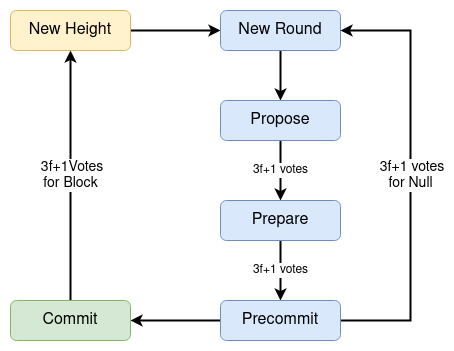
Above: docs/assets/images/zarb-consensus.png in pactus-project/pactus.org (draw.io), before the change. Source tidied: cells renumbered, new cells last; positions are measured from the earlier drawing's top-left corner, leaving out a move shared by most shapes. Source of this version:
```xml
<mxGraphModel>
  <root>
    <mxCell id="0" />
    <mxCell id="1" parent="0" />
    <mxCell id="2" style="edgeStyle=orthogonalEdgeStyle;rounded=0;jettySize=auto;html=1;exitX=1;exitY=0.5;exitDx=0;exitDy=0;entryX=0;entryY=0.5;entryDx=0;entryDy=0;strokeWidth=2;" parent="1" edge="1" source="3" target="5">
      <mxGeometry relative="1" as="geometry" />
    </mxCell>
    <mxCell id="3" value="&lt;font style=&quot;font-size: 16px&quot;&gt;New Height&lt;/font&gt;" style="rounded=1;whiteSpace=wrap;html=1;fillColor=#fff2cc;strokeColor=#d6b656;" parent="1" vertex="1">
      <mxGeometry width="120" height="40" as="geometry" />
    </mxCell>
    <mxCell id="4" style="edgeStyle=orthogonalEdgeStyle;rounded=0;jettySize=auto;html=1;strokeWidth=2;" parent="1" edge="1" source="5" target="7">
      <mxGeometry relative="1" as="geometry" />
    </mxCell>
    <mxCell id="5" value="&lt;font style=&quot;font-size: 16px&quot;&gt;New Round&lt;/font&gt;" style="rounded=1;whiteSpace=wrap;html=1;fillColor=#dae8fc;strokeColor=#6c8ebf;" parent="1" vertex="1">
      <mxGeometry x="210" width="120" height="40" as="geometry" />
    </mxCell>
    <mxCell id="6" value="&lt;font style=&quot;font-size: 12px&quot;&gt;3f+1 votes&lt;/font&gt;" style="edgeStyle=orthogonalEdgeStyle;rounded=0;jettySize=auto;html=1;strokeWidth=2;" parent="1" edge="1" source="7" target="9">
      <mxGeometry relative="1" as="geometry" />
    </mxCell>
    <mxCell id="7" value="&lt;font style=&quot;font-size: 16px&quot;&gt;Propose&lt;br&gt;&lt;/font&gt;" style="rounded=1;whiteSpace=wrap;html=1;fillColor=#dae8fc;strokeColor=#6c8ebf;" parent="1" vertex="1">
      <mxGeometry x="210" y="90" width="120" height="40" as="geometry" />
    </mxCell>
    <mxCell id="8" value="&lt;font style=&quot;font-size: 12px&quot;&gt;3f+1 votes&lt;/font&gt;" style="edgeStyle=orthogonalEdgeStyle;rounded=0;jettySize=auto;html=1;strokeWidth=2;" parent="1" edge="1" source="9" target="12">
      <mxGeometry relative="1" as="geometry" />
    </mxCell>
    <mxCell id="9" value="&lt;font style=&quot;font-size: 16px&quot;&gt;Prepare&lt;/font&gt;" style="rounded=1;whiteSpace=wrap;html=1;fillColor=#dae8fc;strokeColor=#6c8ebf;" parent="1" vertex="1">
      <mxGeometry x="210" y="190" width="120" height="40" as="geometry" />
    </mxCell>
    <mxCell id="10" style="edgeStyle=orthogonalEdgeStyle;rounded=0;jettySize=auto;html=1;strokeWidth=2;" parent="1" edge="1" source="12" target="14">
      <mxGeometry relative="1" as="geometry" />
    </mxCell>
    <mxCell id="11" value="&lt;div&gt;&amp;nbsp;&lt;font style=&quot;font-size: 14px&quot;&gt;3f+1 votes &lt;br&gt;&lt;/font&gt;&lt;/div&gt;&lt;div&gt;&lt;font style=&quot;font-size: 14px&quot;&gt;for Null&lt;br&gt;&lt;/font&gt;&lt;/div&gt;" style="edgeStyle=orthogonalEdgeStyle;rounded=0;jettySize=auto;html=1;exitX=1;exitY=0.5;exitDx=0;exitDy=0;entryX=1;entryY=0.5;entryDx=0;entryDy=0;strokeWidth=2;" parent="1" edge="1" source="12" target="5">
      <mxGeometry relative="1" as="geometry">
        <Array as="points">
          <mxPoint x="400" y="310" />
          <mxPoint x="400" y="20" />
        </Array>
      </mxGeometry>
    </mxCell>
    <mxCell id="12" value="&lt;div&gt;&lt;font style=&quot;font-size: 16px&quot;&gt;Precommit&lt;/font&gt;&lt;/div&gt;" style="rounded=1;whiteSpace=wrap;html=1;fillColor=#dae8fc;strokeColor=#6c8ebf;" parent="1" vertex="1">
      <mxGeometry x="210" y="290" width="120" height="40" as="geometry" />
    </mxCell>
    <mxCell id="13" value="&lt;div&gt;&amp;nbsp;&lt;font style=&quot;font-size: 14px&quot;&gt;3f+1Votes &lt;br&gt;&lt;/font&gt;&lt;/div&gt;&lt;div&gt;&lt;font style=&quot;font-size: 14px&quot;&gt;for Block &lt;/font&gt;&lt;/div&gt;" style="edgeStyle=orthogonalEdgeStyle;rounded=0;jettySize=auto;html=1;entryX=0.5;entryY=1;entryDx=0;entryDy=0;strokeWidth=2;exitX=0.5;exitY=0;exitDx=0;exitDy=0;" parent="1" edge="1" source="14" target="3">
      <mxGeometry relative="1" as="geometry" />
    </mxCell>
    <mxCell id="14" value="&lt;div&gt;&lt;font style=&quot;font-size: 16px&quot;&gt;Commit&lt;/font&gt;&lt;/div&gt;" style="rounded=1;whiteSpace=wrap;html=1;fillColor=#d5e8d4;strokeColor=#82b366;" parent="1" vertex="1">
      <mxGeometry y="290" width="120" height="40" as="geometry" />
    </mxCell>
  </root>
</mxGraphModel>
```
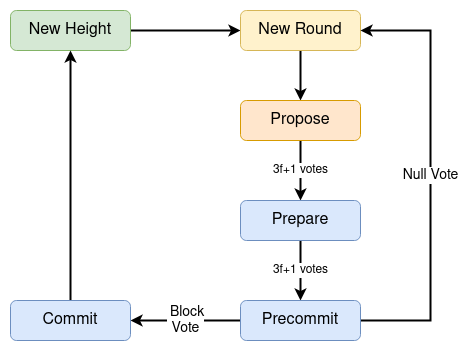
The same diagram one commit later.

What changed in the source:
```diff
@@ -5,19 +5,19 @@
     <mxCell id="2" style="edgeStyle=orthogonalEdgeStyle;rounded=0;jettySize=auto;html=1;exitX=1;exitY=0.5;exitDx=0;exitDy=0;entryX=0;entryY=0.5;entryDx=0;entryDy=0;strokeWidth=2;" parent="1" edge="1" source="3" target="5">
       <mxGeometry relative="1" as="geometry" />
     </mxCell>
-    <mxCell id="3" value="&lt;font style=&quot;font-size: 16px&quot;&gt;New Height&lt;/font&gt;" style="rounded=1;whiteSpace=wrap;html=1;fillColor=#fff2cc;strokeColor=#d6b656;" parent="1" vertex="1">
-      <mxGeometry width="120" height="40" as="geometry" />
+    <mxCell id="3" value="&lt;font style=&quot;font-size: 16px&quot;&gt;New Height&lt;/font&gt;" style="rounded=1;whiteSpace=wrap;html=1;fillColor=#d5e8d4;strokeColor=#82b366;" parent="1" vertex="1">
+      <mxGeometry x="-20" width="120" height="40" as="geometry" />
     </mxCell>
     <mxCell id="4" style="edgeStyle=orthogonalEdgeStyle;rounded=0;jettySize=auto;html=1;strokeWidth=2;" parent="1" edge="1" source="5" target="7">
       <mxGeometry relative="1" as="geometry" />
     </mxCell>
-    <mxCell id="5" value="&lt;font style=&quot;font-size: 16px&quot;&gt;New Round&lt;/font&gt;" style="rounded=1;whiteSpace=wrap;html=1;fillColor=#dae8fc;strokeColor=#6c8ebf;" parent="1" vertex="1">
+    <mxCell id="5" value="&lt;font style=&quot;font-size: 16px&quot;&gt;New Round&lt;/font&gt;" style="rounded=1;whiteSpace=wrap;html=1;fillColor=#fff2cc;strokeColor=#d6b656;" parent="1" vertex="1">
       <mxGeometry x="210" width="120" height="40" as="geometry" />
     </mxCell>
     <mxCell id="6" value="&lt;font style=&quot;font-size: 12px&quot;&gt;3f+1 votes&lt;/font&gt;" style="edgeStyle=orthogonalEdgeStyle;rounded=0;jettySize=auto;html=1;strokeWidth=2;" parent="1" edge="1" source="7" target="9">
       <mxGeometry relative="1" as="geometry" />
     </mxCell>
-    <mxCell id="7" value="&lt;font style=&quot;font-size: 16px&quot;&gt;Propose&lt;br&gt;&lt;/font&gt;" style="rounded=1;whiteSpace=wrap;html=1;fillColor=#dae8fc;strokeColor=#6c8ebf;" parent="1" vertex="1">
+    <mxCell id="7" value="&lt;font style=&quot;font-size: 16px&quot;&gt;Propose&lt;br&gt;&lt;/font&gt;" style="rounded=1;whiteSpace=wrap;html=1;fillColor=#ffe6cc;strokeColor=#d79b00;" parent="1" vertex="1">
       <mxGeometry x="210" y="90" width="120" height="40" as="geometry" />
     </mxCell>
     <mxCell id="8" value="&lt;font style=&quot;font-size: 12px&quot;&gt;3f+1 votes&lt;/font&gt;" style="edgeStyle=orthogonalEdgeStyle;rounded=0;jettySize=auto;html=1;strokeWidth=2;" parent="1" edge="1" source="9" target="12">
@@ -26,10 +26,10 @@
     <mxCell id="9" value="&lt;font style=&quot;font-size: 16px&quot;&gt;Prepare&lt;/font&gt;" style="rounded=1;whiteSpace=wrap;html=1;fillColor=#dae8fc;strokeColor=#6c8ebf;" parent="1" vertex="1">
       <mxGeometry x="210" y="190" width="120" height="40" as="geometry" />
     </mxCell>
-    <mxCell id="10" style="edgeStyle=orthogonalEdgeStyle;rounded=0;jettySize=auto;html=1;strokeWidth=2;" parent="1" edge="1" source="12" target="14">
+    <mxCell id="10" value="&lt;div&gt;&amp;nbsp;&lt;font style=&quot;font-size: 14px&quot;&gt;Block&lt;/font&gt;&lt;/div&gt;&lt;div&gt;&lt;font style=&quot;font-size: 14px&quot;&gt;Vote &lt;/font&gt;&lt;/div&gt;" style="edgeStyle=orthogonalEdgeStyle;rounded=0;jettySize=auto;html=1;strokeWidth=2;" parent="1" edge="1" source="12" target="14">
       <mxGeometry relative="1" as="geometry" />
     </mxCell>
-    <mxCell id="11" value="&lt;div&gt;&amp;nbsp;&lt;font style=&quot;font-size: 14px&quot;&gt;3f+1 votes &lt;br&gt;&lt;/font&gt;&lt;/div&gt;&lt;div&gt;&lt;font style=&quot;font-size: 14px&quot;&gt;for Null&lt;br&gt;&lt;/font&gt;&lt;/div&gt;" style="edgeStyle=orthogonalEdgeStyle;rounded=0;jettySize=auto;html=1;exitX=1;exitY=0.5;exitDx=0;exitDy=0;entryX=1;entryY=0.5;entryDx=0;entryDy=0;strokeWidth=2;" parent="1" edge="1" source="12" target="5">
+    <mxCell id="11" value="&lt;div&gt;&lt;font style=&quot;font-size: 14px&quot;&gt;Null Vote&lt;br&gt;&lt;/font&gt;&lt;/div&gt;" style="edgeStyle=orthogonalEdgeStyle;rounded=0;jettySize=auto;html=1;exitX=1;exitY=0.5;exitDx=0;exitDy=0;entryX=1;entryY=0.5;entryDx=0;entryDy=0;strokeWidth=2;" parent="1" edge="1" source="12" target="5">
       <mxGeometry relative="1" as="geometry">
         <Array as="points">
           <mxPoint x="400" y="310" />
@@ -40,11 +40,11 @@
     <mxCell id="12" value="&lt;div&gt;&lt;font style=&quot;font-size: 16px&quot;&gt;Precommit&lt;/font&gt;&lt;/div&gt;" style="rounded=1;whiteSpace=wrap;html=1;fillColor=#dae8fc;strokeColor=#6c8ebf;" parent="1" vertex="1">
       <mxGeometry x="210" y="290" width="120" height="40" as="geometry" />
     </mxCell>
-    <mxCell id="13" value="&lt;div&gt;&amp;nbsp;&lt;font style=&quot;font-size: 14px&quot;&gt;3f+1Votes &lt;br&gt;&lt;/font&gt;&lt;/div&gt;&lt;div&gt;&lt;font style=&quot;font-size: 14px&quot;&gt;for Block &lt;/font&gt;&lt;/div&gt;" style="edgeStyle=orthogonalEdgeStyle;rounded=0;jettySize=auto;html=1;entryX=0.5;entryY=1;entryDx=0;entryDy=0;strokeWidth=2;exitX=0.5;exitY=0;exitDx=0;exitDy=0;" parent="1" edge="1" source="14" target="3">
+    <mxCell id="13" style="edgeStyle=orthogonalEdgeStyle;rounded=0;jettySize=auto;html=1;entryX=0.5;entryY=1;entryDx=0;entryDy=0;strokeWidth=2;exitX=0.5;exitY=0;exitDx=0;exitDy=0;" parent="1" edge="1" source="14" target="3">
       <mxGeometry relative="1" as="geometry" />
     </mxCell>
-    <mxCell id="14" value="&lt;div&gt;&lt;font style=&quot;font-size: 16px&quot;&gt;Commit&lt;/font&gt;&lt;/div&gt;" style="rounded=1;whiteSpace=wrap;html=1;fillColor=#d5e8d4;strokeColor=#82b366;" parent="1" vertex="1">
-      <mxGeometry y="290" width="120" height="40" as="geometry" />
+    <mxCell id="14" value="&lt;div&gt;&lt;font style=&quot;font-size: 16px&quot;&gt;Commit&lt;/font&gt;&lt;/div&gt;" style="rounded=1;whiteSpace=wrap;html=1;fillColor=#dae8fc;strokeColor=#6c8ebf;" parent="1" vertex="1">
+      <mxGeometry x="-20" y="290" width="120" height="40" as="geometry" />
     </mxCell>
   </root>
 </mxGraphModel>
```
